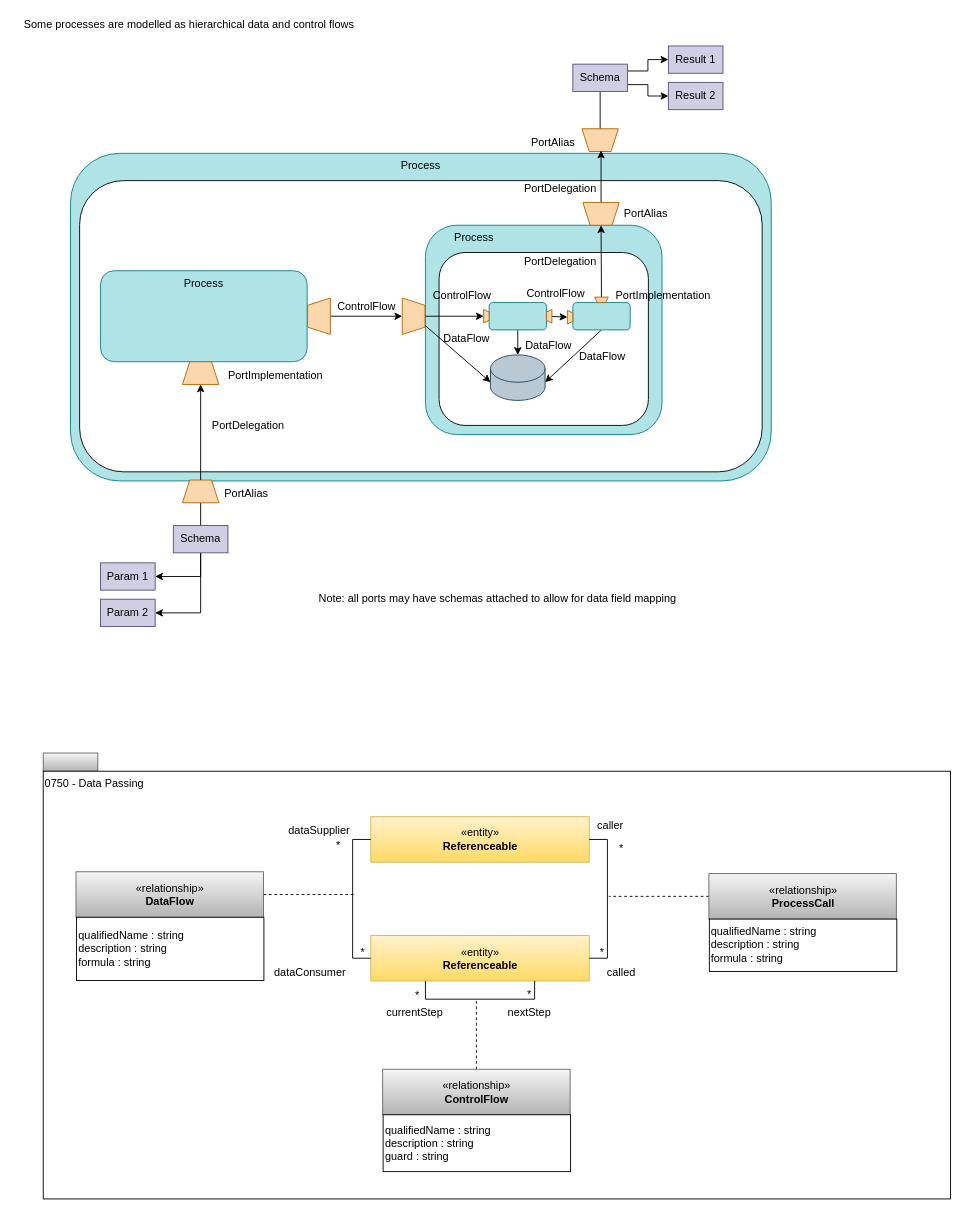
Before: page "complex-processes" (7 of 13) of open-metadata-publication/website/modelling-technology/modelling-technology.drawio in odpi/egeria, a draw.io diagram. Source tidied: cells renumbered, new cells numbered last; positions are measured from the earlier drawing's top-left corner, leaving out a move shared by most shapes. Both pictures are drawn from the tidied source at 91%, with x=0, y=0 at pixel (15, 15).
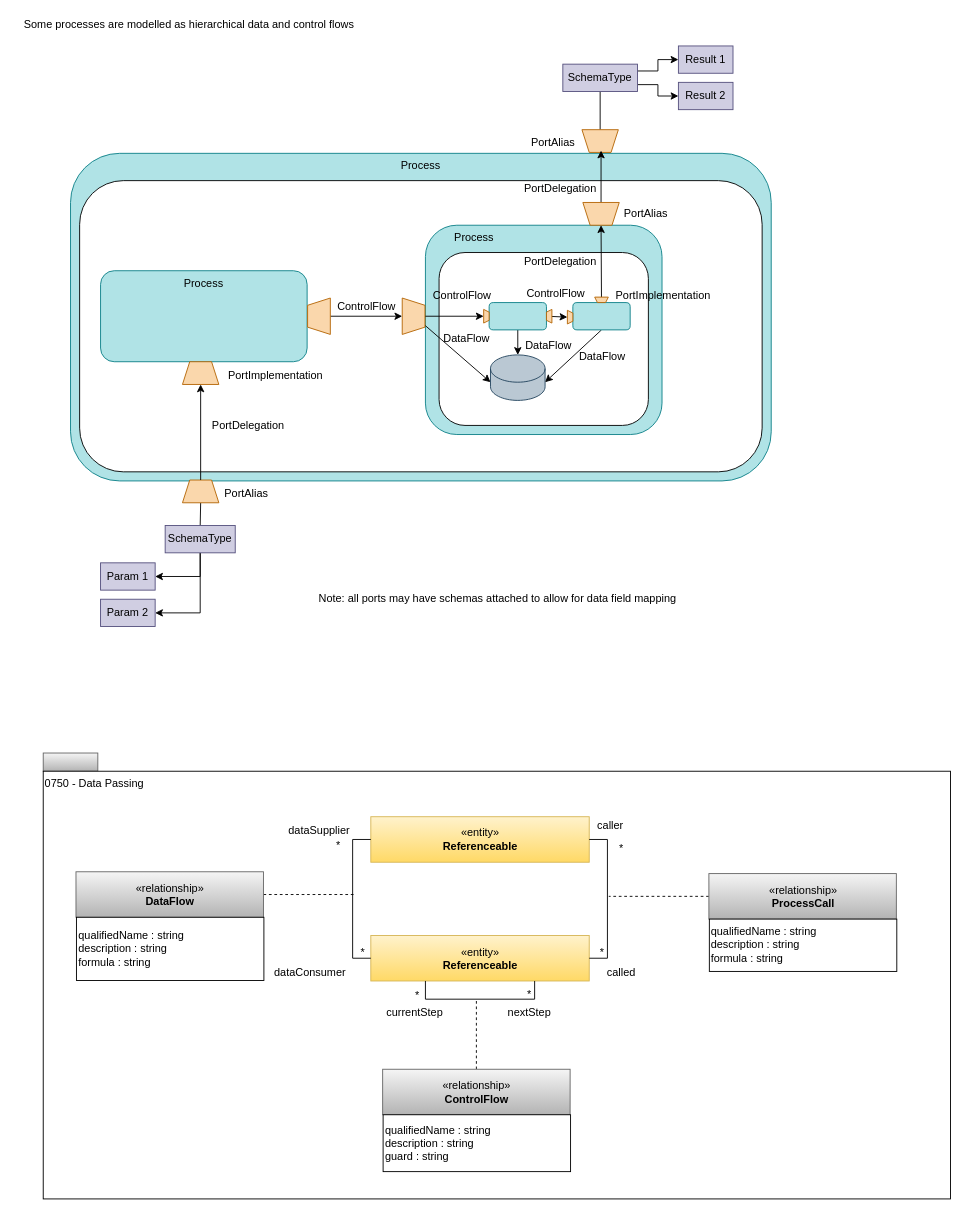
After the change.

Change to the diagram source:
```diff
@@
-    <mxCell id="7" value="Schema" style="rounded=0;whiteSpace=wrap;html=1;fillColor=#d0cee2;strokeColor=#56517e;" parent="1" vertex="1">
-      <mxGeometry x="173" y="560" width="60" height="30" as="geometry" />
+    <mxCell id="7" value="SchemaType" style="rounded=0;whiteSpace=wrap;html=1;fillColor=#d0cee2;strokeColor=#56517e;" parent="1" vertex="1">
+      <mxGeometry x="164" y="560" width="77" height="30" as="geometry" />
     </mxCell>
@@
     <mxCell id="13" style="shape=trapezoid;perimeter=trapezoidPerimeter;whiteSpace=wrap;html=1;rotation=-180;fillColor=#fad7ac;strokeColor=#b46504;" parent="1" vertex="1">
-      <mxGeometry x="622" y="124" width="40" height="25" as="geometry" />
+      <mxGeometry x="622" y="125" width="40" height="25" as="geometry" />
     </mxCell>
@@
-    <mxCell id="16" value="Schema" style="rounded=0;whiteSpace=wrap;html=1;fillColor=#d0cee2;strokeColor=#56517e;" parent="1" vertex="1">
-      <mxGeometry x="612" y="53" width="60" height="30" as="geometry" />
+    <mxCell id="16" value="SchemaType" style="rounded=0;whiteSpace=wrap;html=1;fillColor=#d0cee2;strokeColor=#56517e;" parent="1" vertex="1">
+      <mxGeometry x="601" y="53" width="82" height="30" as="geometry" />
     </mxCell>
     <mxCell id="17" value="Result 1" style="rounded=0;whiteSpace=wrap;html=1;fillColor=#d0cee2;strokeColor=#56517e;" parent="1" vertex="1">
-      <mxGeometry x="717" y="33" width="60" height="30" as="geometry" />
+      <mxGeometry x="728" y="33" width="60" height="30" as="geometry" />
     </mxCell>
     <mxCell id="18" value="Result 2" style="rounded=0;whiteSpace=wrap;html=1;fillColor=#d0cee2;strokeColor=#56517e;" parent="1" vertex="1">
-      <mxGeometry x="717" y="73" width="60" height="30" as="geometry" />
+      <mxGeometry x="728" y="73" width="60" height="30" as="geometry" />
     </mxCell>
```
